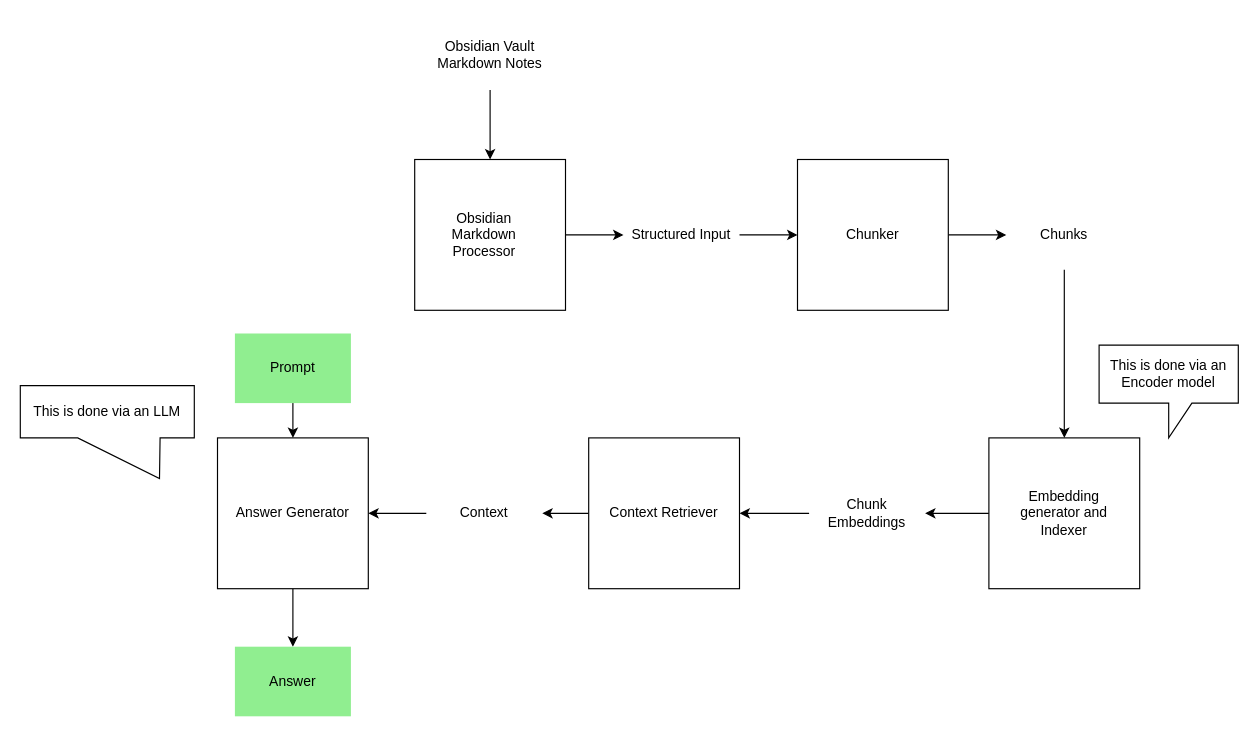
Earlier version of the draw.io diagram Resources/Atlas_Architecture.drawio (DivyenduDutta/Atlas). Source tidied: cells renumbered, new cells numbered last; positions are measured from the earlier drawing's top-left corner, leaving out a move shared by most shapes. Both pictures are drawn from the tidied source at 116%, with x=0, y=0 at pixel (20, 20).
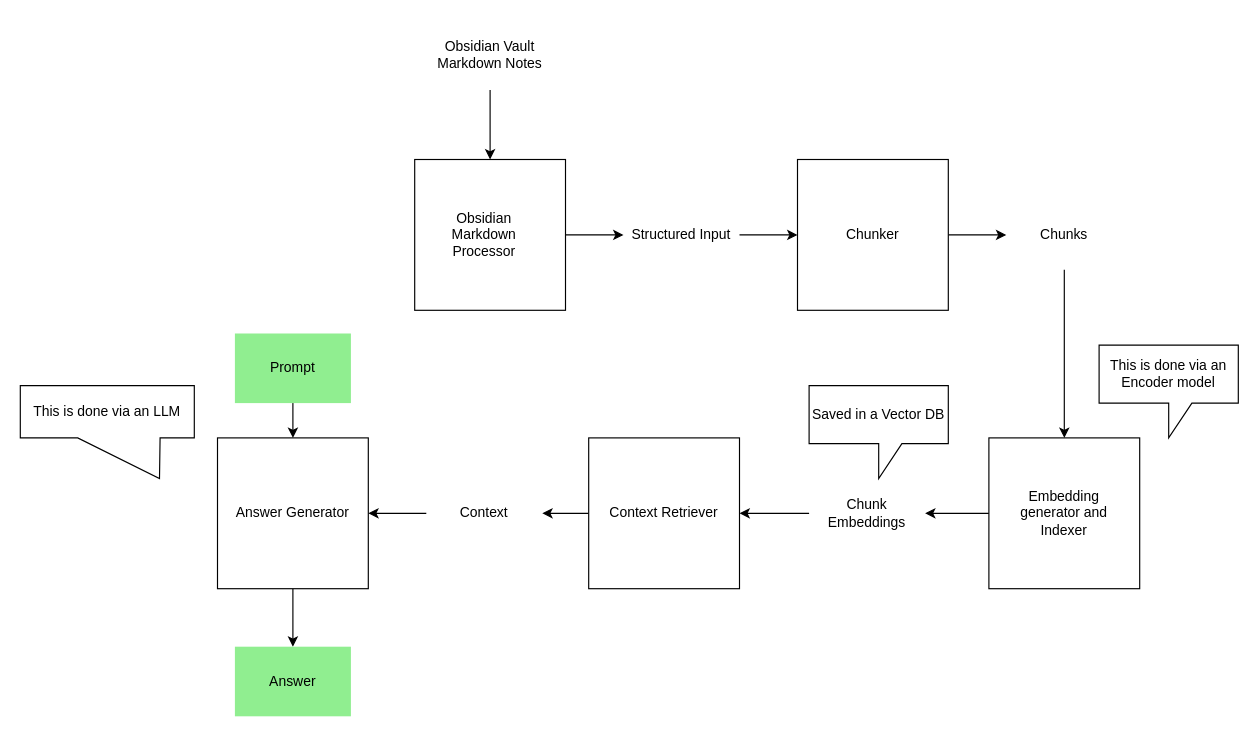
The same page after the edit.

Commit message (it also covers changes not shown here):
[FEAT] Add callout for Vector DB in architecture diagram and update PNG representation

Diff of the diagram source:
```diff
@@
+    <mxCell id="31" value="Saved in a Vector DB" style="shape=callout;whiteSpace=wrap;html=1;perimeter=calloutPerimeter;" parent="1" vertex="1">
+      <mxGeometry x="680" y="315" width="120" height="80" as="geometry" />
+    </mxCell>
```
